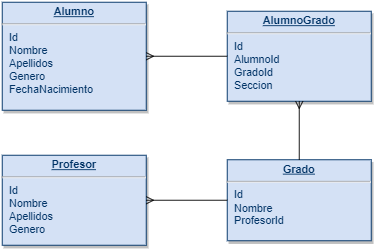
The draw.io diagram Diagrama.png in edaral3/CRUDColegio, before a commit. Source tidied: cells renumbered, new cells last; positions are measured from the earlier drawing's top-left corner, leaving out a move shared by most shapes.
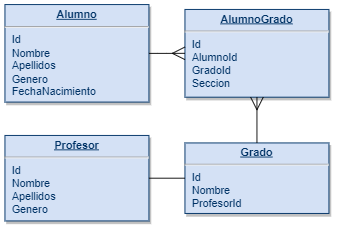
Above is the later version.

Commit message:
Se corrigio el diagrama

Change to the diagram source:
```diff
@@ -2,26 +2,26 @@
   <root>
     <mxCell id="0" />
     <mxCell id="1" parent="0" />
+    <mxCell id="3" value="&lt;p style=&quot;margin: 0px; margin-top: 4px; text-align: center; text-decoration: underline;&quot;&gt;&lt;b&gt;Grado&lt;/b&gt;&lt;/p&gt;&lt;hr&gt;&lt;p style=&quot;margin: 0px; margin-left: 8px;&quot;&gt;Id&lt;/p&gt;&lt;p style=&quot;margin: 0px; margin-left: 8px;&quot;&gt;Nombre&lt;/p&gt;&lt;p style=&quot;margin: 0px; margin-left: 8px;&quot;&gt;ProfesorId&lt;/p&gt;" style="verticalAlign=top;align=left;overflow=fill;fontSize=12;fontFamily=Helvetica;html=1;strokeColor=#003366;shadow=1;fillColor=#D4E1F5;fontColor=#003366;" parent="1" vertex="1">
+      <mxGeometry x="-170" y="-341.7" width="160" height="78.4" as="geometry" />
+    </mxCell>
+    <mxCell id="5" value="&lt;p style=&quot;margin: 0px; margin-top: 4px; text-align: center; text-decoration: underline;&quot;&gt;&lt;b&gt;AlumnoGrado&lt;/b&gt;&lt;/p&gt;&lt;hr&gt;&lt;p style=&quot;margin: 0px; margin-left: 8px;&quot;&gt;Id&lt;/p&gt;&lt;p style=&quot;margin: 0px; margin-left: 8px;&quot;&gt;AlumnoId&lt;/p&gt;&lt;p style=&quot;margin: 0px; margin-left: 8px;&quot;&gt;GradoId&lt;/p&gt;&lt;p style=&quot;margin: 0px; margin-left: 8px;&quot;&gt;Seccion&lt;/p&gt;" style="verticalAlign=top;align=left;overflow=fill;fontSize=12;fontFamily=Helvetica;html=1;strokeColor=#003366;shadow=1;fillColor=#D4E1F5;fontColor=#003366;" parent="1" vertex="1">
+      <mxGeometry x="-170" y="-490" width="160" height="97.5" as="geometry" />
+    </mxCell>
     <mxCell id="2" value="&lt;p style=&quot;margin: 0px; margin-top: 4px; text-align: center; text-decoration: underline;&quot;&gt;&lt;strong&gt;Profesor&lt;/strong&gt;&lt;/p&gt;&lt;hr&gt;&lt;p style=&quot;margin: 0px; margin-left: 8px;&quot;&gt;Id&lt;/p&gt;&lt;p style=&quot;margin: 0px; margin-left: 8px;&quot;&gt;Nombre&lt;/p&gt;&lt;p style=&quot;margin: 0px; margin-left: 8px;&quot;&gt;Apellidos&lt;/p&gt;&lt;p style=&quot;margin: 0px; margin-left: 8px;&quot;&gt;Genero&lt;/p&gt;" style="verticalAlign=top;align=left;overflow=fill;fontSize=12;fontFamily=Helvetica;html=1;strokeColor=#003366;shadow=1;fillColor=#D4E1F5;fontColor=#003366;" parent="1" vertex="1">
-      <mxGeometry y="170" width="160" height="100" as="geometry" />
+      <mxGeometry x="-370" y="-350" width="160" height="95" as="geometry" />
     </mxCell>
-    <mxCell id="3" value="&lt;p style=&quot;margin: 0px; margin-top: 4px; text-align: center; text-decoration: underline;&quot;&gt;&lt;strong&gt;Grado&lt;/strong&gt;&lt;/p&gt;&lt;hr&gt;&lt;p style=&quot;margin: 0px; margin-left: 8px;&quot;&gt;Id&lt;/p&gt;&lt;p style=&quot;margin: 0px; margin-left: 8px;&quot;&gt;Nombre&lt;/p&gt;&lt;p style=&quot;margin: 0px; margin-left: 8px;&quot;&gt;ProfesorId&lt;/p&gt;" style="verticalAlign=top;align=left;overflow=fill;fontSize=12;fontFamily=Helvetica;html=1;strokeColor=#003366;shadow=1;fillColor=#D4E1F5;fontColor=#003366;" parent="1" vertex="1">
-      <mxGeometry x="250" y="175" width="160" height="90" as="geometry" />
-    </mxCell>
-    <mxCell id="4" value="&lt;p style=&quot;margin: 0px; margin-top: 4px; text-align: center; text-decoration: underline;&quot;&gt;&lt;strong&gt;Alumno&lt;/strong&gt;&lt;/p&gt;&lt;hr&gt;&lt;p style=&quot;margin: 0px; margin-left: 8px;&quot;&gt;Id&lt;/p&gt;&lt;p style=&quot;margin: 0px; margin-left: 8px;&quot;&gt;Nombre&lt;/p&gt;&lt;p style=&quot;margin: 0px; margin-left: 8px;&quot;&gt;Apellidos&lt;/p&gt;&lt;p style=&quot;margin: 0px; margin-left: 8px;&quot;&gt;Genero&lt;/p&gt;&lt;p style=&quot;margin: 0px; margin-left: 8px;&quot;&gt;FechaNacimiento&lt;/p&gt;" style="verticalAlign=top;align=left;overflow=fill;fontSize=12;fontFamily=Helvetica;html=1;strokeColor=#003366;shadow=1;fillColor=#D4E1F5;fontColor=#003366;" parent="1" vertex="1">
-      <mxGeometry width="160" height="120" as="geometry" />
+    <mxCell id="4" value="&lt;p style=&quot;margin: 0px; margin-top: 4px; text-align: center; text-decoration: underline;&quot;&gt;&lt;b&gt;Alumno&lt;/b&gt;&lt;/p&gt;&lt;hr&gt;&lt;p style=&quot;margin: 0px; margin-left: 8px;&quot;&gt;Id&lt;/p&gt;&lt;p style=&quot;margin: 0px; margin-left: 8px;&quot;&gt;Nombre&lt;/p&gt;&lt;p style=&quot;margin: 0px; margin-left: 8px;&quot;&gt;Apellidos&lt;/p&gt;&lt;p style=&quot;margin: 0px; margin-left: 8px;&quot;&gt;Genero&lt;/p&gt;&lt;p style=&quot;margin: 0px; margin-left: 8px;&quot;&gt;FechaNacimiento&lt;/p&gt;" style="verticalAlign=top;align=left;overflow=fill;fontSize=12;fontFamily=Helvetica;html=1;strokeColor=#003366;shadow=1;fillColor=#D4E1F5;fontColor=#003366;" parent="1" vertex="1">
+      <mxGeometry x="-370" y="-495.4" width="160" height="108.4" as="geometry" />
     </mxCell>
-    <mxCell id="5" value="&lt;p style=&quot;margin: 0px; margin-top: 4px; text-align: center; text-decoration: underline;&quot;&gt;&lt;b&gt;AlumnoGrado&lt;/b&gt;&lt;/p&gt;&lt;hr&gt;&lt;p style=&quot;margin: 0px; margin-left: 8px;&quot;&gt;Id&lt;/p&gt;&lt;p style=&quot;margin: 0px; margin-left: 8px;&quot;&gt;AlumnoId&lt;/p&gt;&lt;p style=&quot;margin: 0px; margin-left: 8px;&quot;&gt;GradoId&lt;/p&gt;&lt;p style=&quot;margin: 0px; margin-left: 8px;&quot;&gt;Seccion&lt;/p&gt;" style="verticalAlign=top;align=left;overflow=fill;fontSize=12;fontFamily=Helvetica;html=1;strokeColor=#003366;shadow=1;fillColor=#D4E1F5;fontColor=#003366;" parent="1" vertex="1">
-      <mxGeometry x="250" y="10" width="160" height="100" as="geometry" />
-    </mxCell>
+    <mxCell id="8" style="endArrow=ERmany;endSize=12;startArrow=none;startSize=14;startFill=0;edgeStyle=orthogonalEdgeStyle;endFill=0;" parent="1" edge="1" source="3" target="5">
+      <mxGeometry y="160" as="geometry" />
+    </mxCell>
-    <mxCell id="6" style="endArrow=none;html=1;rounded=0;exitX=1;exitY=0.5;exitDx=0;exitDy=0;entryX=0;entryY=0.5;entryDx=0;entryDy=0;endFill=0;startArrow=ERmany;startFill=0;" parent="1" edge="1" source="4" target="5">
-      <mxGeometry relative="1" as="geometry" />
+    <mxCell id="6" style="endArrow=ERmany;endSize=12;startArrow=none;startSize=14;startFill=0;edgeStyle=orthogonalEdgeStyle;entryX=0;entryY=0.5;entryDx=0;entryDy=0;endFill=0;" parent="1" edge="1" source="4" target="5">
+      <mxGeometry x="620" y="340" as="geometry" />
     </mxCell>
-    <mxCell id="7" style="endArrow=none;html=1;rounded=0;exitX=1;exitY=0.5;exitDx=0;exitDy=0;entryX=0;entryY=0.5;entryDx=0;entryDy=0;startArrow=ERmany;startFill=0;" parent="1" edge="1" source="2" target="3">
-      <mxGeometry relative="1" as="geometry" />
+    <mxCell id="7" style="endArrow=none;endSize=12;startArrow=none;startSize=14;startFill=0;edgeStyle=orthogonalEdgeStyle;align=left;verticalAlign=bottom;entryX=0;entryY=0.5;entryDx=0;entryDy=0;endFill=0;" parent="1" edge="1" source="2" target="3">
+      <mxGeometry x="-0.82" y="5" relative="1" as="geometry" />
     </mxCell>
-    <mxCell id="8" style="endArrow=ERmany;html=1;rounded=0;entryX=0.5;entryY=1;entryDx=0;entryDy=0;exitX=0.5;exitY=0;exitDx=0;exitDy=0;endFill=0;" parent="1" edge="1" source="3" target="5">
-      <mxGeometry relative="1" as="geometry" />
-    </mxCell>
   </root>
 </mxGraphModel>
```
